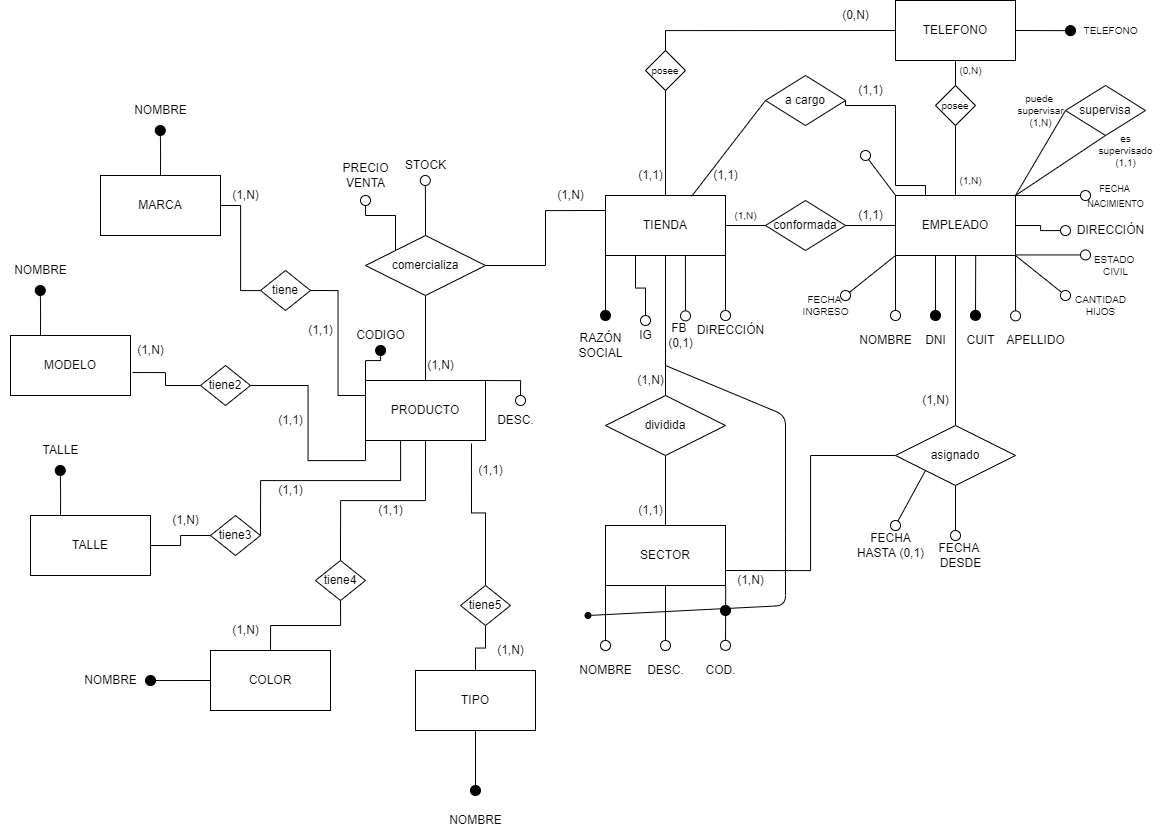
Above: PRACTICA 2/Parte1/Ejercicio5/Ejercicio5-logico.png in agusrnfr/DBD (draw.io), before the change. Source tidied: cells renumbered, new cells last; positions are measured from the earlier drawing's top-left corner, leaving out a move shared by most shapes.
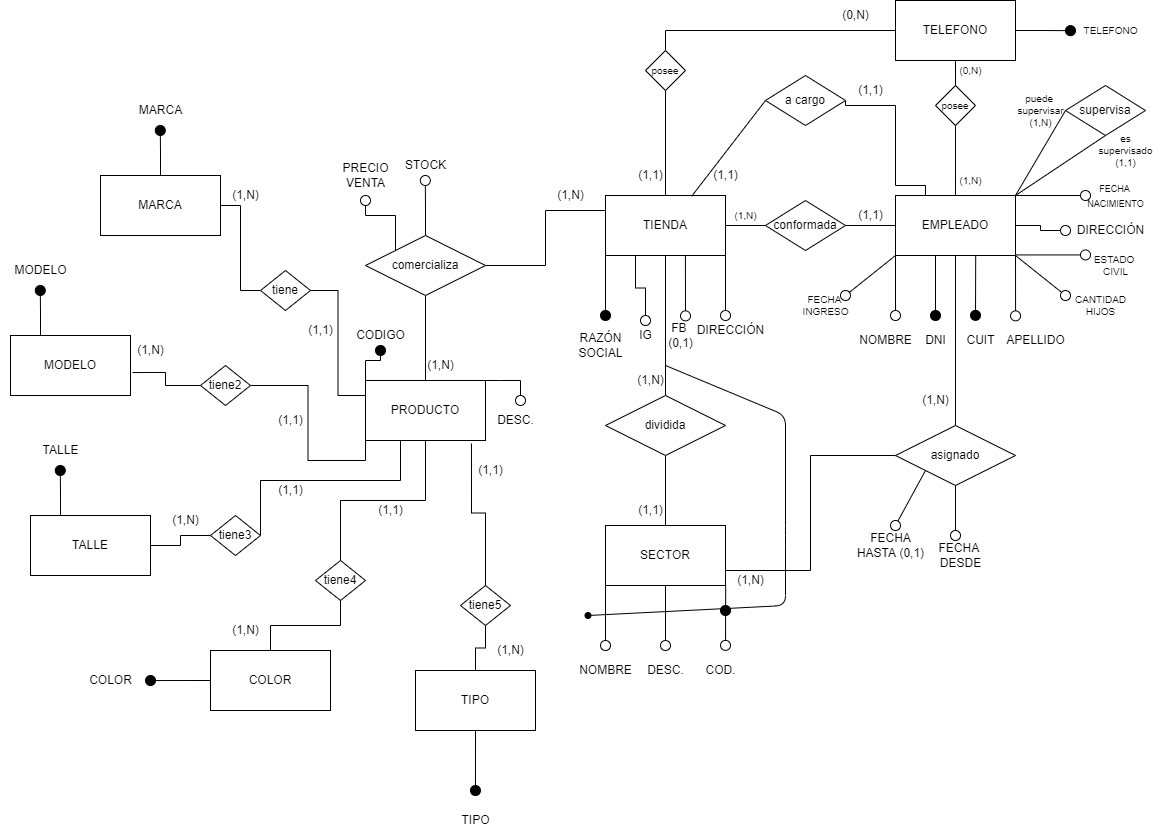
The same diagram one commit later.

What changed in the source:
```diff
@@ -2,11 +2,6 @@
   <root>
     <mxCell id="0" />
     <mxCell id="1" parent="0" />
-    <mxCell id="2" style="edgeStyle=entityRelationEdgeStyle;endArrow=ERzeroToMany;startArrow=ERone;endFill=1;startFill=0;" parent="1" edge="1" target="x">
-      <mxGeometry relative="1" as="geometry">
-        <mxPoint x="1010" y="155" as="sourcePoint" />
-      </mxGeometry>
-    </mxCell>
     <mxCell id="3" style="edgeStyle=orthogonalEdgeStyle;rounded=0;jettySize=auto;html=1;fontSize=12;startArrow=none;startFill=0;endArrow=oval;endFill=0;startSize=6;endSize=10;strokeWidth=1;exitX=0.25;exitY=1;exitDx=0;exitDy=0;" parent="1" edge="1" source="5" target="16">
       <mxGeometry relative="1" as="geometry" />
     </mxCell>
@@ -120,12 +115,6 @@
     <mxCell id="30" value="&lt;font style=&quot;font-size: 9px;&quot;&gt;FECHA&amp;nbsp;&lt;br&gt;NACIMIENTO&lt;/font&gt;" style="text;html=1;align=center;verticalAlign=middle;strokeColor=none;fillColor=none;" parent="1" vertex="1">
       <mxGeometry x="1075" y="175" width="80" height="40" as="geometry" />
     </mxCell>
-    <mxCell id="31" style="endArrow=oval;html=1;rounded=0;endFill=0;strokeWidth=1;startSize=6;endSize=10;exitX=0.335;exitY=-0.002;exitDx=0;exitDy=0;exitPerimeter=0;" parent="1" edge="1">
-      <mxGeometry relative="1" as="geometry">
-        <mxPoint x="895.2" y="195" as="sourcePoint" />
-        <mxPoint x="865" y="155" as="targetPoint" />
-      </mxGeometry>
-    </mxCell>
     <mxCell id="32" value="FECHA&amp;nbsp;&lt;br style=&quot;font-size: 10px;&quot;&gt;INGRESO" style="text;html=1;align=center;verticalAlign=middle;strokeColor=none;fillColor=none;fontSize=10;" parent="1" vertex="1">
       <mxGeometry x="790" y="285" width="70" height="40" as="geometry" />
     </mxCell>
@@ -439,20 +428,20 @@
     <mxCell id="117" value="(1,N)" style="text;html=1;align=center;verticalAlign=middle;strokeColor=none;fillColor=none;fontSize=12;" parent="1" vertex="1">
       <mxGeometry x="485" y="635" width="50" height="30" as="geometry" />
     </mxCell>
-    <mxCell id="118" value="NOMBRE" style="text;html=1;align=center;verticalAlign=middle;strokeColor=none;fillColor=none;fontSize=12;" parent="1" vertex="1">
-      <mxGeometry x="120" y="95" width="80" height="30" as="geometry" />
+    <mxCell id="118" value="MARCA" style="text;html=1;align=center;verticalAlign=middle;strokeColor=none;fillColor=none;fontSize=12;" parent="1" vertex="1">
+      <mxGeometry x="125" y="95" width="70" height="30" as="geometry" />
     </mxCell>
-    <mxCell id="119" value="NOMBRE" style="text;html=1;align=center;verticalAlign=middle;strokeColor=none;fillColor=none;fontSize=12;" parent="1" vertex="1">
+    <mxCell id="119" value="MODELO" style="text;html=1;align=center;verticalAlign=middle;strokeColor=none;fillColor=none;fontSize=12;" parent="1" vertex="1">
       <mxGeometry y="255" width="80" height="30" as="geometry" />
     </mxCell>
     <mxCell id="120" value="TALLE" style="text;html=1;align=center;verticalAlign=middle;strokeColor=none;fillColor=none;fontSize=12;" parent="1" vertex="1">
       <mxGeometry x="30" y="435" width="60" height="30" as="geometry" />
     </mxCell>
-    <mxCell id="121" value="NOMBRE" style="text;html=1;align=center;verticalAlign=middle;strokeColor=none;fillColor=none;fontSize=12;" parent="1" vertex="1">
-      <mxGeometry x="70" y="665" width="80" height="30" as="geometry" />
+    <mxCell id="121" value="COLOR" style="text;html=1;align=center;verticalAlign=middle;strokeColor=none;fillColor=none;fontSize=12;" parent="1" vertex="1">
+      <mxGeometry x="75" y="665" width="70" height="30" as="geometry" />
     </mxCell>
-    <mxCell id="122" value="NOMBRE" style="text;html=1;align=center;verticalAlign=middle;strokeColor=none;fillColor=none;fontSize=12;" parent="1" vertex="1">
-      <mxGeometry x="435" y="805" width="80" height="30" as="geometry" />
+    <mxCell id="122" value="TIPO" style="text;html=1;align=center;verticalAlign=middle;strokeColor=none;fillColor=none;fontSize=12;" parent="1" vertex="1">
+      <mxGeometry x="450" y="805" width="50" height="30" as="geometry" />
     </mxCell>
     <mxCell id="123" value="DIRECCIÓN" style="text;html=1;align=center;verticalAlign=middle;points=[];strokeColor=none;fillColor=none;fontSize=12;" parent="1" vertex="1">
       <mxGeometry x="1065" y="215" width="90" height="30" as="geometry" />
```
